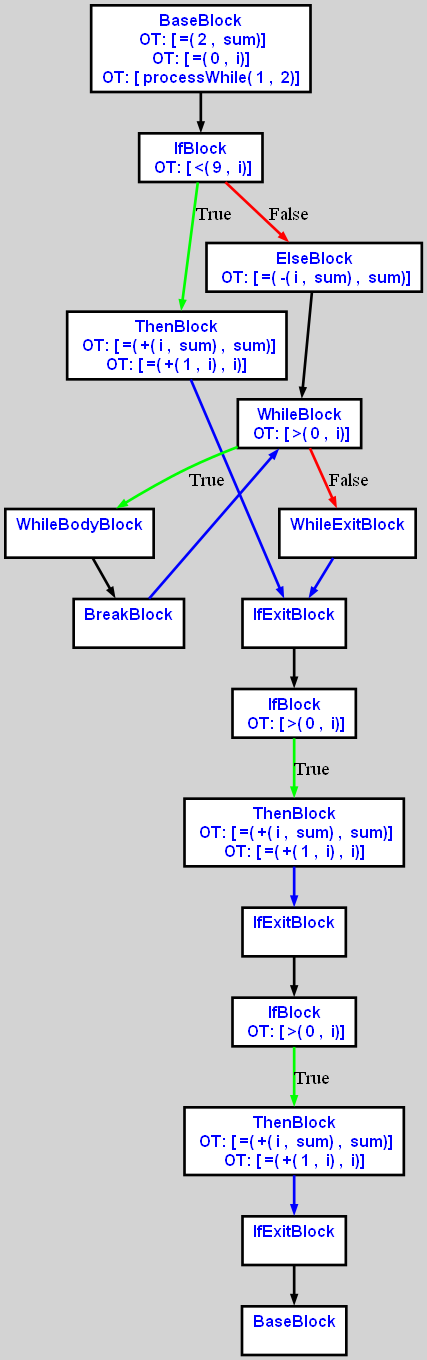
The Graphviz diagram cpoCompilerWin/cfgi0.dot.png in aveen007/CountingMonkeys, before a commit. Its source is kept beside it as cpoCompilerWin/cfgi0.dot.
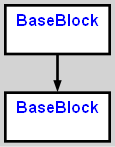
After the change.

The edit, as a diff of the source:
```diff
@@ -4,51 +4,7 @@
 bgcolor="lightgrey";  node [shape=box, fixedsize=false, fontsize=12, fontname="Helvetica-bold", fontcolor="blue"
 width=.25, height=.25, color="black", fillcolor="white", style="filled, solid, bold"];
 
-edge [arrowsize=.5, color="black", style="bold"]    n0000120BA4EA34D0 [label="BaseBlock\n OT: [ =( 2 ,  sum)]
-OT: [ =( 0 ,  i)]
-OT: [ processWhile( 1 ,  2)]
-"]
-    n0000120BA4EA35D0 [label="IfBlock\n OT: [ <( 9 ,  i)]
-"]
-    n0000120BA4EA34D0 -> n0000120BA4EA35D0
-    n0000120BA4EA35D0 -> n0000120BA4EA3610 [label="True" color="green"]
-    n0000120BA4EA3610 [label="ThenBlock\n OT: [ =( +( i ,  sum) ,  sum)]
-OT: [ =( +( 1 ,  i) ,  i)]
-"]
-    n0000120BA4EA35D0 -> n0000120BA4EA3650 [label="False" color="red"]
-    n0000120BA4EA3650 [label="ElseBlock\n OT: [ =( -( i ,  sum) ,  sum)]
-"]
-    n0000120BA4EA3690 [label="WhileBlock\n OT: [ >( 0 ,  i)]
-"]
-    n0000120BA4EA3650 -> n0000120BA4EA3690
-	   n0000120BA4EA3690 -> n0000120BA4EA36D0 [ label = "True" color="green"]
-    n0000120BA4EA36D0 [label="WhileBodyBlock\n "]
-    n0000120BA4EA3710 [label="BreakBlock\n "]
-    n0000120BA4EA36D0 -> n0000120BA4EA3710
-    n0000120BA4EA3710 -> n0000120BA4EA3690 [ color="blue"]
-	   n0000120BA4EA3690 -> n0000120BA4EA3850 [ label = "False" color="red"]
-    n0000120BA4EA3850 [label="WhileExitBlock\n "]
-    n0000120BA4EA3850 -> n0000120BA4EA3890 [color="blue"]
-    n0000120BA4EA3610 -> n0000120BA4EA3890 [ color="blue"]
-    n0000120BA4EA3890 [label="IfExitBlock\n "]
-    n0000120BA4EA38D0 [label="IfBlock\n OT: [ >( 0 ,  i)]
-"]
-    n0000120BA4EA3890 -> n0000120BA4EA38D0
-    n0000120BA4EA38D0 -> n0000120BA4EA3910 [label="True" color="green"]
-    n0000120BA4EA3910 [label="ThenBlock\n OT: [ =( +( i ,  sum) ,  sum)]
-OT: [ =( +( 1 ,  i) ,  i)]
-"]
-    n0000120BA4EA3910 -> n0000120BA4EA3950 [ color="blue"]
-    n0000120BA4EA3950 [label="IfExitBlock\n "]
-    n0000120BA4EA3990 [label="IfBlock\n OT: [ >( 0 ,  i)]
-"]
-    n0000120BA4EA3950 -> n0000120BA4EA3990
-    n0000120BA4EA3990 -> n0000120BA4EA39D0 [label="True" color="green"]
-    n0000120BA4EA39D0 [label="ThenBlock\n OT: [ =( +( i ,  sum) ,  sum)]
-OT: [ =( +( 1 ,  i) ,  i)]
-"]
-    n0000120BA4EA39D0 -> n0000120BA4EA3A10 [ color="blue"]
-    n0000120BA4EA3A10 [label="IfExitBlock\n "]
-    n0000120BA4EA3A50 [label="BaseBlock\n "]
-    n0000120BA4EA3A10 -> n0000120BA4EA3A50
+edge [arrowsize=.5, color="black", style="bold"]    n00001252932A34D0 [label="BaseBlock\n "]
+    n00001252932A3510 [label="BaseBlock\n "]
+    n00001252932A34D0 -> n00001252932A3510
 }
```
